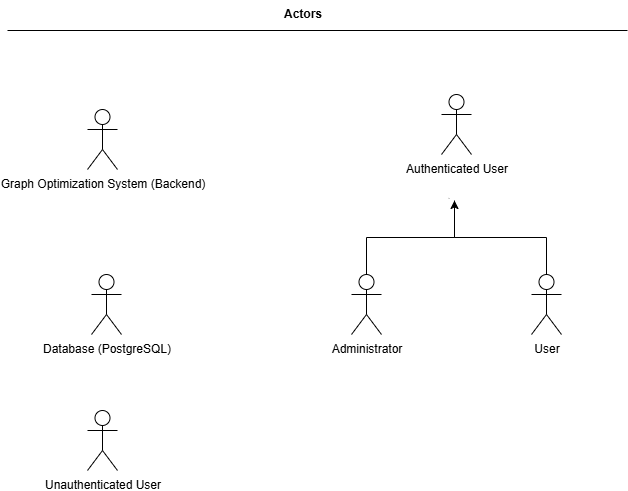
The draw.io diagram docs/actors.drawio.png in Catalinaqi/Project_Graph_Optimization, before a commit. Source tidied: cells renumbered, new cells last; positions are measured from the earlier drawing's top-left corner, leaving out a move shared by most shapes.
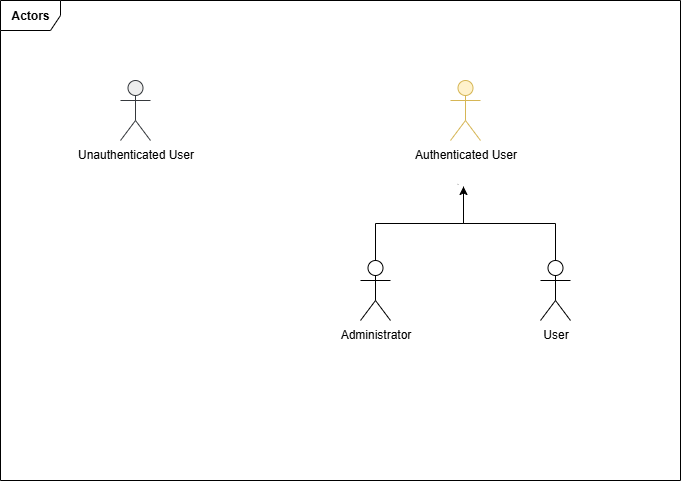
Above is the later version.

Diff of the diagram source:
```diff
@@ -8,12 +8,6 @@
     <mxCell id="3" value="&lt;span&gt;Administrator&lt;/span&gt;" style="shape=umlActor;verticalLabelPosition=bottom;verticalAlign=top;html=1;" parent="1" vertex="1">
       <mxGeometry x="344" y="274" width="30" height="60" as="geometry" />
     </mxCell>
-    <mxCell id="4" value="Graph Optimization System (Backend)" style="shape=umlActor;verticalLabelPosition=bottom;verticalAlign=top;html=1;" parent="1" vertex="1">
-      <mxGeometry x="80" y="109" width="30" height="60" as="geometry" />
-    </mxCell>
-    <mxCell id="5" value="Database (PostgreSQL)" style="shape=umlActor;verticalLabelPosition=bottom;verticalAlign=top;html=1;" parent="1" vertex="1">
-      <mxGeometry x="84" y="274" width="30" height="60" as="geometry" />
-    </mxCell>
     <mxCell id="6" style="edgeStyle=orthogonalEdgeStyle;rounded=0;jettySize=auto;html=1;entryX=0.5;entryY=0;entryDx=0;entryDy=0;entryPerimeter=0;endArrow=none;endFill=0;startArrow=none;startFill=0;exitX=0;exitY=1;exitDx=0;exitDy=0;" parent="1" edge="1" source="11" target="2">
       <mxGeometry relative="1" as="geometry">
         <Array as="points">
@@ -23,23 +17,20 @@
         </Array>
       </mxGeometry>
     </mxCell>
-    <mxCell id="7" value="Authenticated User" style="shape=umlActor;verticalLabelPosition=bottom;verticalAlign=top;html=1;" parent="1" vertex="1">
+    <mxCell id="7" value="Authenticated User" style="shape=umlActor;verticalLabelPosition=bottom;verticalAlign=top;html=1;fillColor=#fff2cc;strokeColor=#d6b656;" parent="1" vertex="1">
       <mxGeometry x="434" y="94" width="30" height="60" as="geometry" />
     </mxCell>
     <mxCell id="8" style="edgeStyle=orthogonalEdgeStyle;rounded=0;jettySize=auto;html=1;entryX=0.5;entryY=0;entryDx=0;entryDy=0;entryPerimeter=0;endArrow=none;endFill=0;startArrow=classic;startFill=1;exitX=0.5;exitY=1;exitDx=0;exitDy=0;" parent="1" edge="1" source="11" target="3">
       <mxGeometry relative="1" as="geometry" />
     </mxCell>
-    <mxCell id="9" style="line;strokeWidth=1;fillColor=none;align=left;verticalAlign=middle;spacingTop=-1;spacingLeft=3;spacingRight=3;labelPosition=right;strokeColor=inherit;" parent="1" vertex="1">
-      <mxGeometry y="26" width="620" height="8" as="geometry" />
-    </mxCell>
-    <mxCell id="10" value="&lt;b&gt;Actors&lt;/b&gt;" style="text;html=1;align=center;verticalAlign=middle;strokeColor=none;fillColor=none;" parent="1" vertex="1">
-      <mxGeometry x="267" width="56" height="26" as="geometry" />
-    </mxCell>
     <mxCell id="11" style="ellipse;whiteSpace=wrap;html=1;strokeColor=none;" parent="1" vertex="1">
       <mxGeometry x="439" y="184" width="16" height="16" as="geometry" />
     </mxCell>
-    <mxCell id="12" value="Unauthenticated User" style="shape=umlActor;verticalLabelPosition=bottom;verticalAlign=top;html=1;" parent="1" vertex="1">
-      <mxGeometry x="80" y="410" width="30" height="60" as="geometry" />
+    <mxCell id="12" value="Unauthenticated User" style="shape=umlActor;verticalLabelPosition=bottom;verticalAlign=top;html=1;fillColor=#eeeeee;strokeColor=#36393d;" parent="1" vertex="1">
+      <mxGeometry x="104" y="94" width="30" height="60" as="geometry" />
     </mxCell>
+    <mxCell id="10" value="&lt;b style=&quot;text-wrap-mode: nowrap;&quot;&gt;Actors&lt;/b&gt;" style="shape=umlFrame;whiteSpace=wrap;html=1;" parent="1" vertex="1">
+      <mxGeometry x="-16" y="14" width="680" height="480" as="geometry" />
+    </mxCell>
   </root>
 </mxGraphModel>
```
